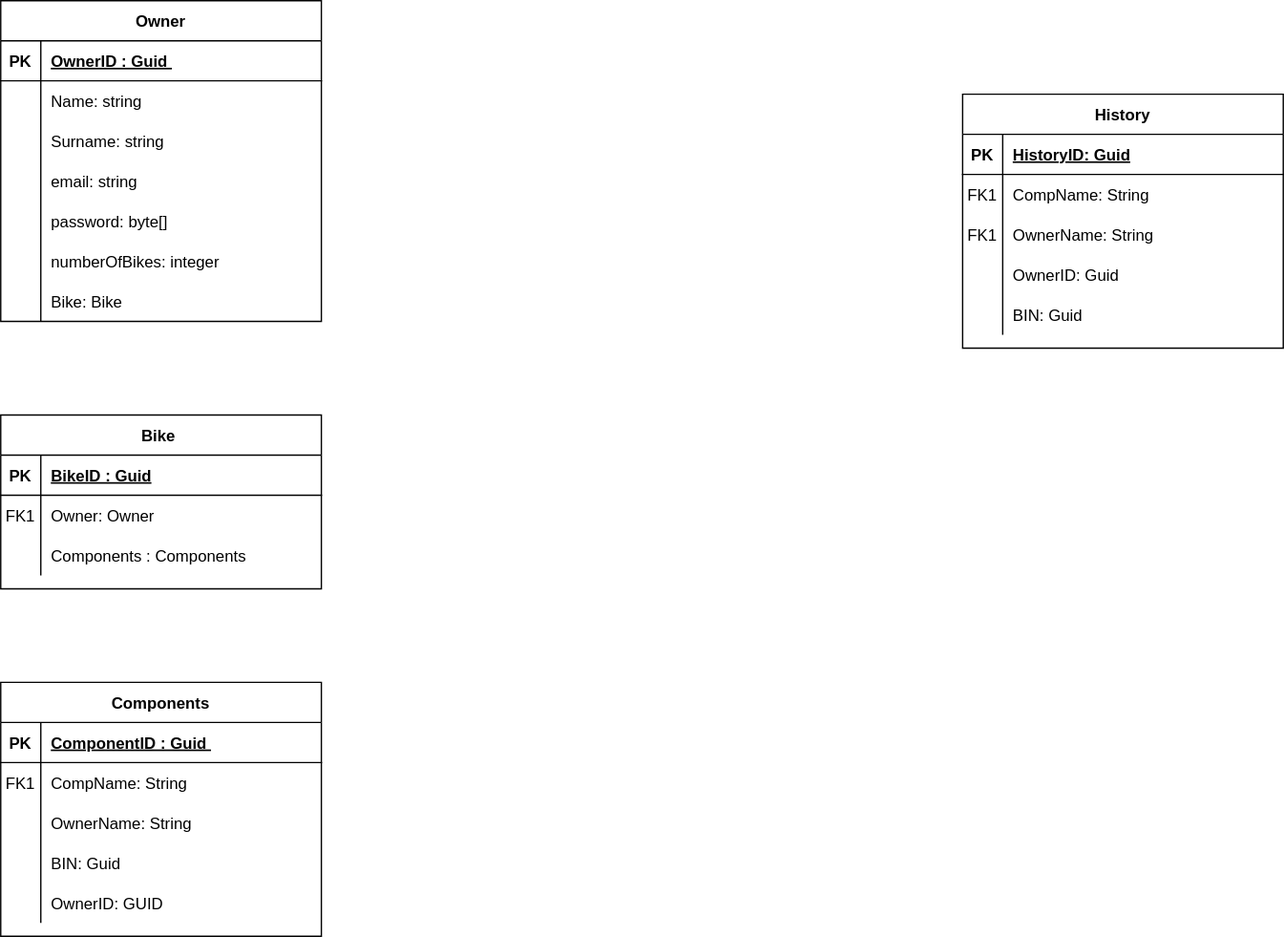
Earlier version of the draw.io export tracing-db.drawio.svg (elias-pitsi/Microbility-tracing). Source tidied: cells renumbered, new cells last; positions are measured from the earlier drawing's top-left corner, leaving out a move shared by most shapes.
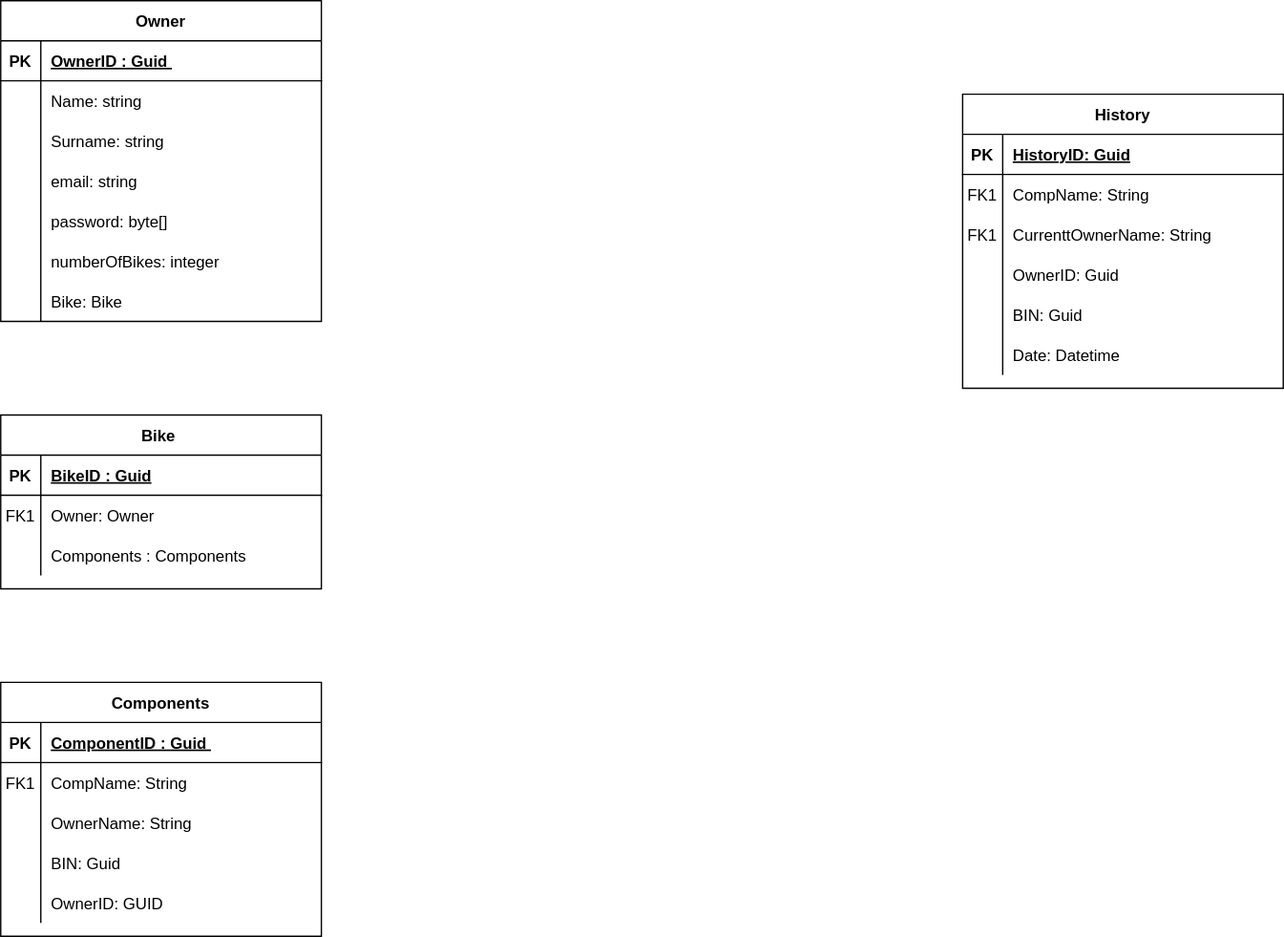
The same diagram one commit later.

The edit, as a diff of the source:
```diff
@@ -147,7 +147,7 @@
       <mxGeometry x="30" width="210" height="30" as="geometry" />
     </mxCell>
     <mxCell id="50" value="History" style="shape=table;startSize=30;rowLines=0;fontStyle=1;align=center;" parent="1" vertex="1">
-      <mxGeometry x="720" y="70" width="240" height="190" as="geometry" />
+      <mxGeometry x="720" y="70" width="240" height="220" as="geometry" />
     </mxCell>
     <mxCell id="51" style="shape=partialRectangle;fillColor=none;top=0;left=0;right=0;bottom=1;" parent="50" vertex="1">
       <mxGeometry y="30" width="240" height="30" as="geometry" />
@@ -173,7 +173,7 @@
     <mxCell id="58" value="FK1" style="shape=partialRectangle;overflow=hidden;fillColor=none;top=0;left=0;bottom=0;right=0;" parent="57" vertex="1">
       <mxGeometry width="30" height="30" as="geometry" />
     </mxCell>
-    <mxCell id="59" value="OwnerName: String " style="shape=partialRectangle;overflow=hidden;fillColor=none;top=0;left=0;bottom=0;right=0;align=left;spacingLeft=6;" parent="57" vertex="1">
+    <mxCell id="59" value="CurrenttOwnerName: String " style="shape=partialRectangle;overflow=hidden;fillColor=none;top=0;left=0;bottom=0;right=0;align=left;spacingLeft=6;" parent="57" vertex="1">
       <mxGeometry x="30" width="210" height="30" as="geometry" />
     </mxCell>
     <mxCell id="60" style="shape=partialRectangle;fillColor=none;top=0;left=0;right=0;bottom=0;" parent="50" vertex="1">
@@ -194,5 +194,14 @@
     <mxCell id="65" value="BIN: Guid " style="shape=partialRectangle;overflow=hidden;fillColor=none;top=0;left=0;bottom=0;right=0;align=left;spacingLeft=6;" parent="63" vertex="1">
       <mxGeometry x="30" width="210" height="30" as="geometry" />
     </mxCell>
+    <mxCell id="66" style="shape=partialRectangle;fillColor=none;top=0;left=0;right=0;bottom=0;" parent="50" vertex="1">
+      <mxGeometry y="180" width="240" height="30" as="geometry" />
+    </mxCell>
+    <mxCell id="67" style="shape=partialRectangle;overflow=hidden;fillColor=none;top=0;left=0;bottom=0;right=0;" parent="66" vertex="1">
+      <mxGeometry width="30" height="30" as="geometry" />
+    </mxCell>
+    <mxCell id="68" value="Date: Datetime" style="shape=partialRectangle;overflow=hidden;fillColor=none;top=0;left=0;bottom=0;right=0;align=left;spacingLeft=6;" parent="66" vertex="1">
+      <mxGeometry x="30" width="210" height="30" as="geometry" />
+    </mxCell>
   </root>
 </mxGraphModel>
```
